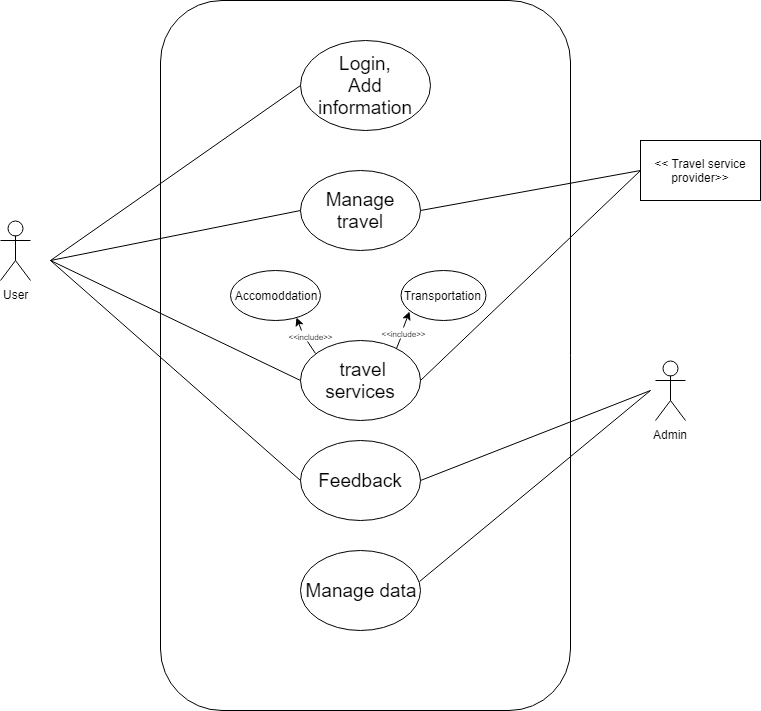
Earlier version of the draw.io export UseCase.png (group-c/sw-project). Source tidied: cells renumbered, new cells last; positions are measured from the earlier drawing's top-left corner, leaving out a move shared by most shapes.
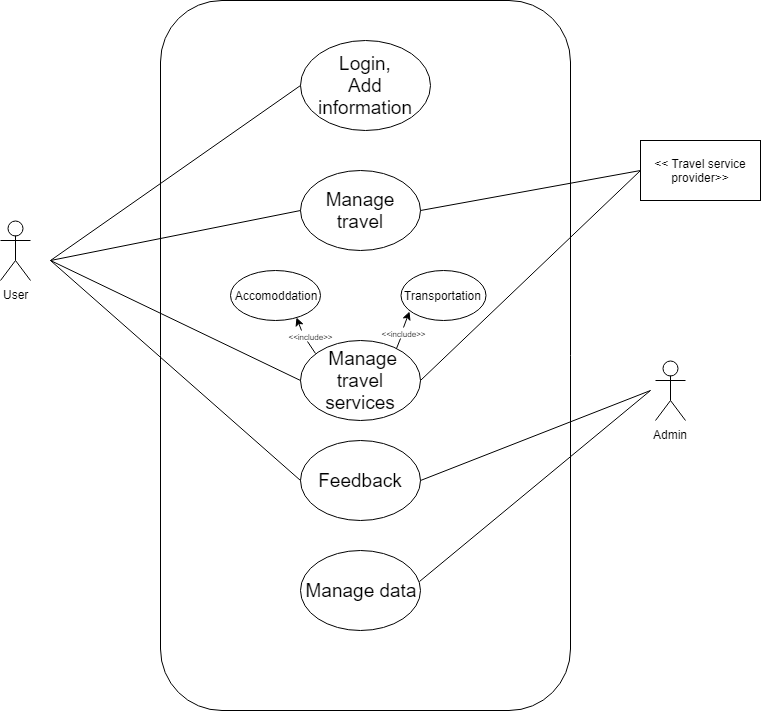
Later version of the same file.

Commit message:
Edited "Travel service" usecase. Reyhaneh

The edit, as a diff of the source:
```diff
@@ -14,7 +14,7 @@
     <mxCell id="5" value="&lt;p&gt;&lt;font style=&quot;font-size: 19px&quot;&gt;Manage travel&lt;/font&gt;&lt;/p&gt;" style="ellipse;whiteSpace=wrap;html=1;" parent="1" vertex="1">
       <mxGeometry x="300" y="170" width="120" height="80" as="geometry" />
     </mxCell>
-    <mxCell id="6" value="&lt;font style=&quot;font-size: 19px&quot;&gt;&amp;nbsp;travel services&lt;/font&gt;&lt;br&gt;" style="ellipse;whiteSpace=wrap;html=1;" parent="1" vertex="1">
+    <mxCell id="6" value="&lt;font style=&quot;font-size: 19px&quot;&gt;&amp;nbsp;Manage travel services&lt;/font&gt;&lt;br&gt;" style="ellipse;whiteSpace=wrap;html=1;" parent="1" vertex="1">
       <mxGeometry x="300" y="340" width="120" height="80" as="geometry" />
     </mxCell>
     <mxCell id="7" style="endArrow=none;html=1;entryX=0;entryY=0.5;entryDx=0;entryDy=0;" parent="1" edge="1" target="4">
```
